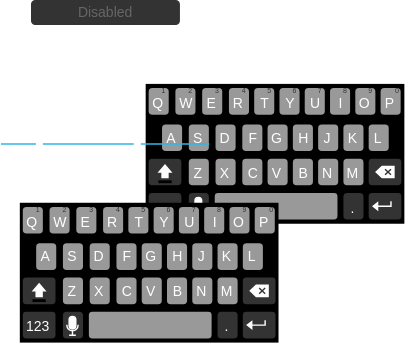
Before: root.drawio.svg, a diagram exported from draw.io (Z3l2A/Z3l2A.github.io). Source tidied: cells renumbered, new cells last; positions are measured from the earlier drawing's top-left corner, leaving out a move shared by most shapes. Source of this version:
```xml
<mxGraphModel background="light-dark(#FFFFFF,#000000)">
  <root>
    <mxCell id="0" />
    <mxCell id="1" parent="0" />
    <mxCell id="2" value="Disabled" style="rounded=1;html=1;shadow=0;dashed=0;whiteSpace=wrap;fontSize=10;fillColor=#333333;align=center;strokeColor=#333333;fontColor=#666666;" parent="1" vertex="1">
      <mxGeometry x="22" width="105.5" height="16.9" as="geometry" />
    </mxCell>
    <mxCell id="3" style="verticalLabelPosition=bottom;verticalAlign=top;html=1;shadow=0;dashed=0;strokeWidth=1;shape=mxgraph.android.keyboard;sketch=0;strokeColor=none;" parent="1" vertex="1">
      <mxGeometry x="104" y="60" width="185" height="100" as="geometry" />
    </mxCell>
    <mxCell id="4" style="verticalLabelPosition=bottom;verticalAlign=top;html=1;shadow=0;dashed=0;strokeWidth=1;shape=mxgraph.android.keyboard;sketch=0;strokeColor=none;" parent="1" vertex="1">
      <mxGeometry x="14" y="145" width="185" height="100" as="geometry" />
    </mxCell>
    <mxCell id="5" style="verticalLabelPosition=bottom;verticalAlign=top;html=1;shadow=0;dashed=0;strokeWidth=1;shape=mxgraph.android.indeterminate_progress_bar;strokeColor=#33B5E5;fillColor=none;" parent="1" vertex="1">
      <mxGeometry y="100" width="149" height="5" as="geometry" />
    </mxCell>
  </root>
</mxGraphModel>
```
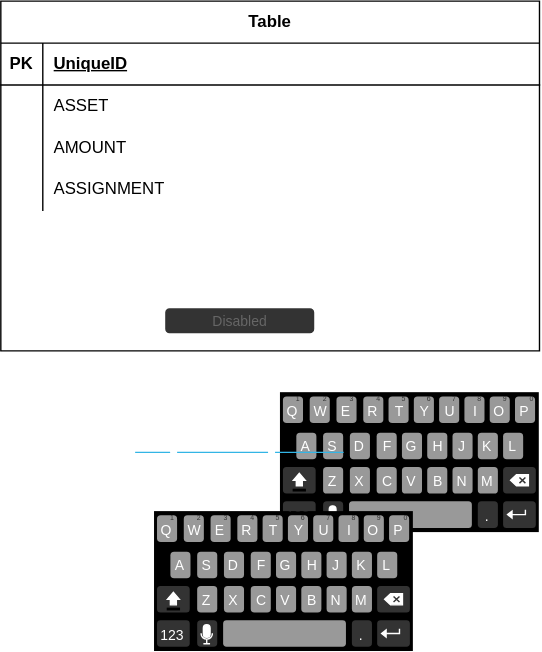
Later version of the same file.

Change to the diagram source:
```diff
@@ -14,5 +14,44 @@
     <mxCell id="5" style="verticalLabelPosition=bottom;verticalAlign=top;html=1;shadow=0;dashed=0;strokeWidth=1;shape=mxgraph.android.indeterminate_progress_bar;strokeColor=#33B5E5;fillColor=none;" parent="1" vertex="1">
       <mxGeometry y="100" width="149" height="5" as="geometry" />
     </mxCell>
+    <mxCell id="6" value="Table" style="shape=table;startSize=30;rowLines=0;fontStyle=1;align=center;html=1;" parent="1" vertex="1">
+      <mxGeometry x="-96" y="-220" width="385" height="250" as="geometry" />
+    </mxCell>
+    <mxCell id="7" style="shape=tableRow;horizontal=0;startSize=0;swimlaneHead=0;swimlaneBody=0;fillColor=none;top=0;left=0;right=0;bottom=1;" parent="6" vertex="1">
+      <mxGeometry y="30" width="385" height="30" as="geometry" />
+    </mxCell>
+    <mxCell id="8" value="PK" style="shape=partialRectangle;fillColor=none;top=0;left=0;bottom=0;right=0;fontStyle=1;overflow=hidden;whiteSpace=wrap;html=1;" parent="7" vertex="1">
+      <mxGeometry width="30" height="30" as="geometry" />
+    </mxCell>
+    <mxCell id="9" value="UniqueID" style="shape=partialRectangle;fillColor=none;top=0;left=0;bottom=0;right=0;align=left;spacingLeft=6;fontStyle=5;overflow=hidden;whiteSpace=wrap;html=1;" parent="7" vertex="1">
+      <mxGeometry x="30" width="355" height="30" as="geometry" />
+    </mxCell>
+    <mxCell id="10" style="shape=tableRow;horizontal=0;startSize=0;swimlaneHead=0;swimlaneBody=0;fillColor=none;top=0;left=0;right=0;bottom=0;" parent="6" vertex="1">
+      <mxGeometry y="60" width="385" height="30" as="geometry" />
+    </mxCell>
+    <mxCell id="11" style="shape=partialRectangle;fillColor=none;top=0;left=0;bottom=0;right=0;overflow=hidden;whiteSpace=wrap;html=1;" parent="10" vertex="1">
+      <mxGeometry width="30" height="30" as="geometry" />
+    </mxCell>
+    <mxCell id="12" value="ASSET" style="shape=partialRectangle;fillColor=none;top=0;left=0;bottom=0;right=0;align=left;spacingLeft=6;overflow=hidden;whiteSpace=wrap;html=1;" parent="10" vertex="1">
+      <mxGeometry x="30" width="355" height="30" as="geometry" />
+    </mxCell>
+    <mxCell id="13" style="shape=tableRow;horizontal=0;startSize=0;swimlaneHead=0;swimlaneBody=0;fillColor=none;top=0;left=0;right=0;bottom=0;" parent="6" vertex="1">
+      <mxGeometry y="90" width="385" height="30" as="geometry" />
+    </mxCell>
+    <mxCell id="14" style="shape=partialRectangle;fillColor=none;top=0;left=0;bottom=0;right=0;overflow=hidden;whiteSpace=wrap;html=1;" parent="13" vertex="1">
+      <mxGeometry width="30" height="30" as="geometry" />
+    </mxCell>
+    <mxCell id="15" value="AMOUNT" style="shape=partialRectangle;fillColor=none;top=0;left=0;bottom=0;right=0;align=left;spacingLeft=6;overflow=hidden;whiteSpace=wrap;html=1;" parent="13" vertex="1">
+      <mxGeometry x="30" width="355" height="30" as="geometry" />
+    </mxCell>
+    <mxCell id="16" style="shape=tableRow;horizontal=0;startSize=0;swimlaneHead=0;swimlaneBody=0;fillColor=none;top=0;left=0;right=0;bottom=0;" parent="6" vertex="1">
+      <mxGeometry y="120" width="385" height="30" as="geometry" />
+    </mxCell>
+    <mxCell id="17" style="shape=partialRectangle;fillColor=none;top=0;left=0;bottom=0;right=0;overflow=hidden;whiteSpace=wrap;html=1;" parent="16" vertex="1">
+      <mxGeometry width="30" height="30" as="geometry" />
+    </mxCell>
+    <mxCell id="18" value="ASSIGNMENT" style="shape=partialRectangle;fillColor=none;top=0;left=0;bottom=0;right=0;align=left;spacingLeft=6;overflow=hidden;whiteSpace=wrap;html=1;" parent="16" vertex="1">
+      <mxGeometry x="30" width="355" height="30" as="geometry" />
+    </mxCell>
   </root>
 </mxGraphModel>
```
